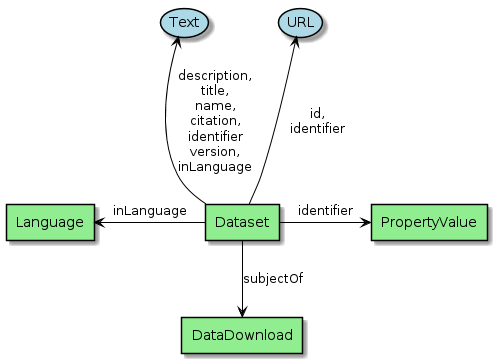
Before: series/diagrams/Dataset.png, a diagram exported from PlantUML (eovoc/eo-on-schema.org).
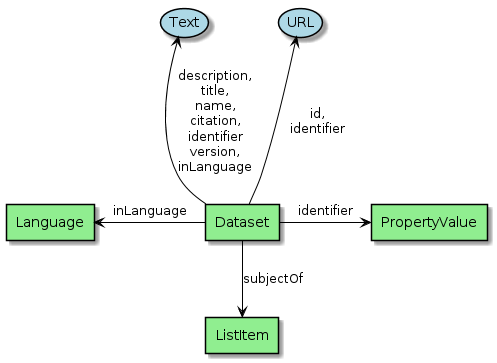
Above is the later version.

Change to the diagram source:
```diff
@@ -17,7 +17,7 @@
 
 agent Dataset
 agent Language
-agent DataDownload
+agent ListItem
 agent PropertyValue
 
 
@@ -27,7 +27,7 @@
 
 Dataset -left-> Language : "inLanguage"
 
-Dataset -down-> DataDownload : "subjectOf"
+Dataset -down-> ListItem : "subjectOf"
 
 Dataset -right-> PropertyValue : "identifier"
 @enduml
```
